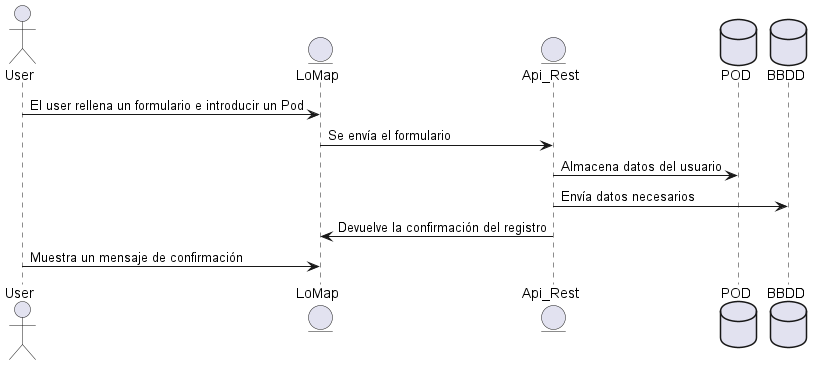
This is images/Sequence diagram.png from Arquisoft/lomap_es6a, a PlantUML export, as it was before one commit.
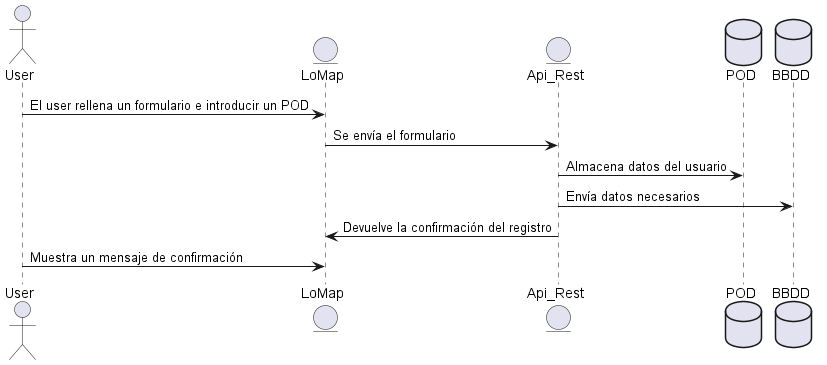
The same file after the commit.

Diff of the diagram source:
```diff
@@ -5,7 +5,7 @@
 database POD
 database BBDD
 
-User -> LoMap: El user rellena un formulario e introducir un Pod
+User -> LoMap: El user rellena un formulario e introducir un POD
 LoMap -> Api_Rest: Se envía el formulario
 Api_Rest -> POD: Almacena datos del usuario
 Api_Rest -> BBDD: Envía datos necesarios
```
